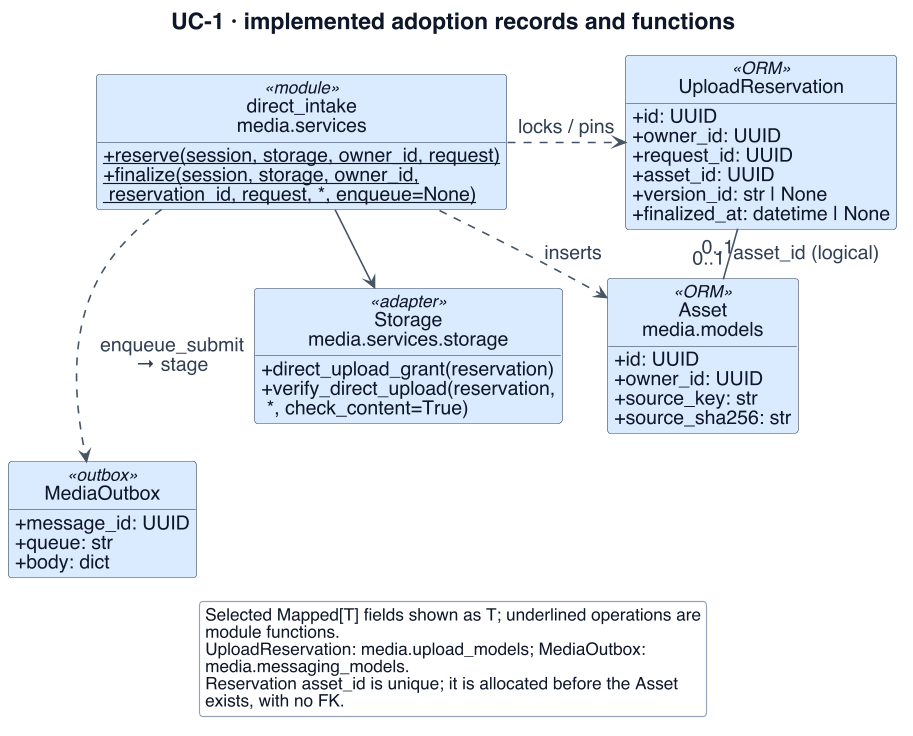
Above: project-documentation/final-report/figures/uc1-design-class.png in Collaboration95/dc2 (PlantUML), before the change.
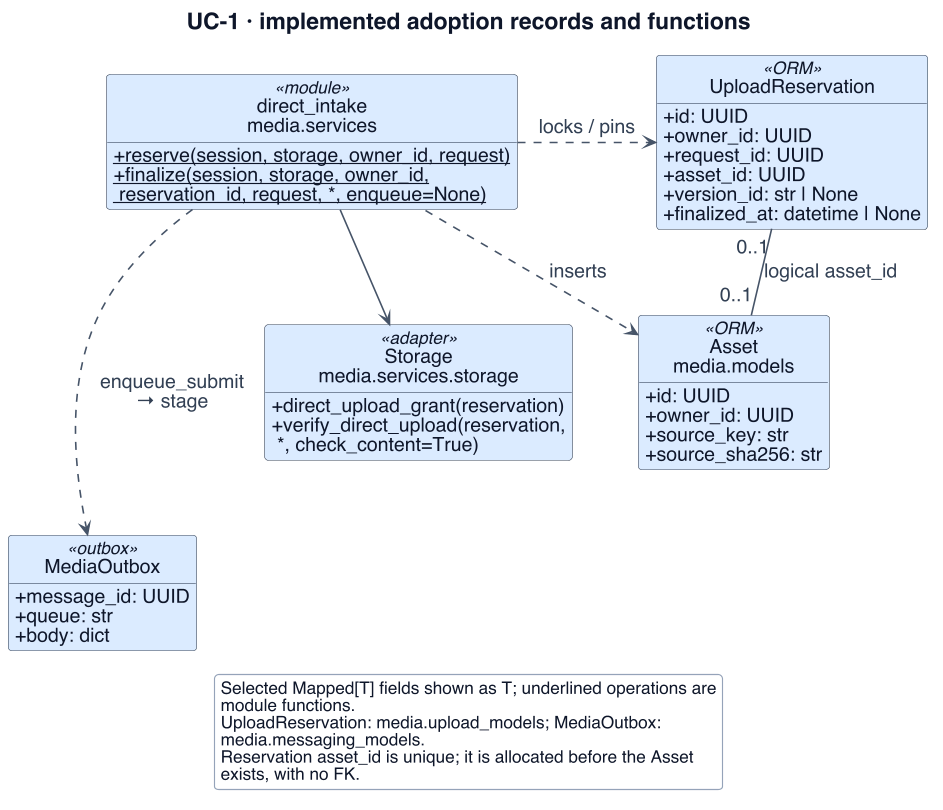
Above is the later version.

What changed in the source:
```diff
@@ -10,8 +10,8 @@
 skinparam titleFontSize 20
 skinparam classAttributeIconSize 0
 skinparam maxMessageSize 165
-skinparam nodesep 18
-skinparam ranksep 24
+skinparam nodesep 36
+skinparam ranksep 56
 hide footbox
 hide circle
 title UC-1 · implemented adoption records and functions
@@ -48,7 +48,7 @@
 I ..> A : inserts
 S -[hidden]down- O
 I ..> O : enqueue_submit\n→ stage
-R "0..1" -down- "0..1" A : asset_id (logical)
+R "0..1" -down- "0..1" A : logical asset_id
 legend bottom
 Selected Mapped[T] fields shown as T; underlined operations are
 module functions.
```
